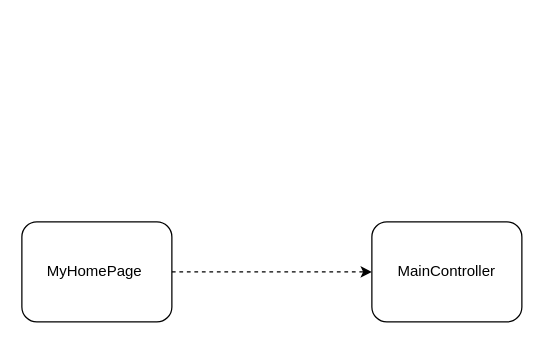
This is draw/未命名绘图.drawio from Jonty1997/personal_sources, a draw.io file, before an edit. Source tidied: cells renumbered, new cells numbered last; positions are measured from the earlier drawing's top-left corner, leaving out a move shared by most shapes. Both pictures are drawn from the tidied source at 125%, with x=0, y=0 at pixel (21, 221).
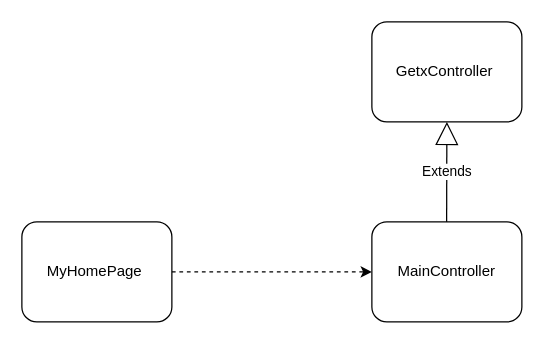
After the change.

Change to the diagram source:
```diff
@@
 <mxGraphModel>
   <root>
     <mxCell id="0" />
     <mxCell id="1" parent="0" />
     <mxCell id="2" style="edgeStyle=orthogonalEdgeStyle;rounded=0;jettySize=auto;html=1;exitX=1;exitY=0.5;exitDx=0;exitDy=0;entryX=0;entryY=0.5;entryDx=0;entryDy=0;dashed=1;" parent="1" edge="1" source="3" target="4">
       <mxGeometry relative="1" as="geometry" />
     </mxCell>
     <mxCell id="3" value="MyHomePage&amp;nbsp;" style="rounded=1;whiteSpace=wrap;html=1;" parent="1" vertex="1">
       <mxGeometry width="120" height="80" as="geometry" />
     </mxCell>
     <mxCell id="4" value="MainController" style="rounded=1;whiteSpace=wrap;html=1;" parent="1" vertex="1">
       <mxGeometry x="280" width="120" height="80" as="geometry" />
     </mxCell>
+    <mxCell id="5" value="Extends" style="endArrow=block;endSize=16;endFill=0;html=1;rounded=0;" parent="1" edge="1">
+      <mxGeometry relative="1" as="geometry">
+        <mxPoint x="339.8" as="sourcePoint" />
+        <mxPoint x="340" y="-80" as="targetPoint" />
+      </mxGeometry>
+    </mxCell>
+    <mxCell id="6" value="GetxController&amp;nbsp;" style="rounded=1;whiteSpace=wrap;html=1;" parent="1" vertex="1">
+      <mxGeometry x="280" y="-160" width="120" height="80" as="geometry" />
+    </mxCell>
   </root>
 </mxGraphModel>
```
